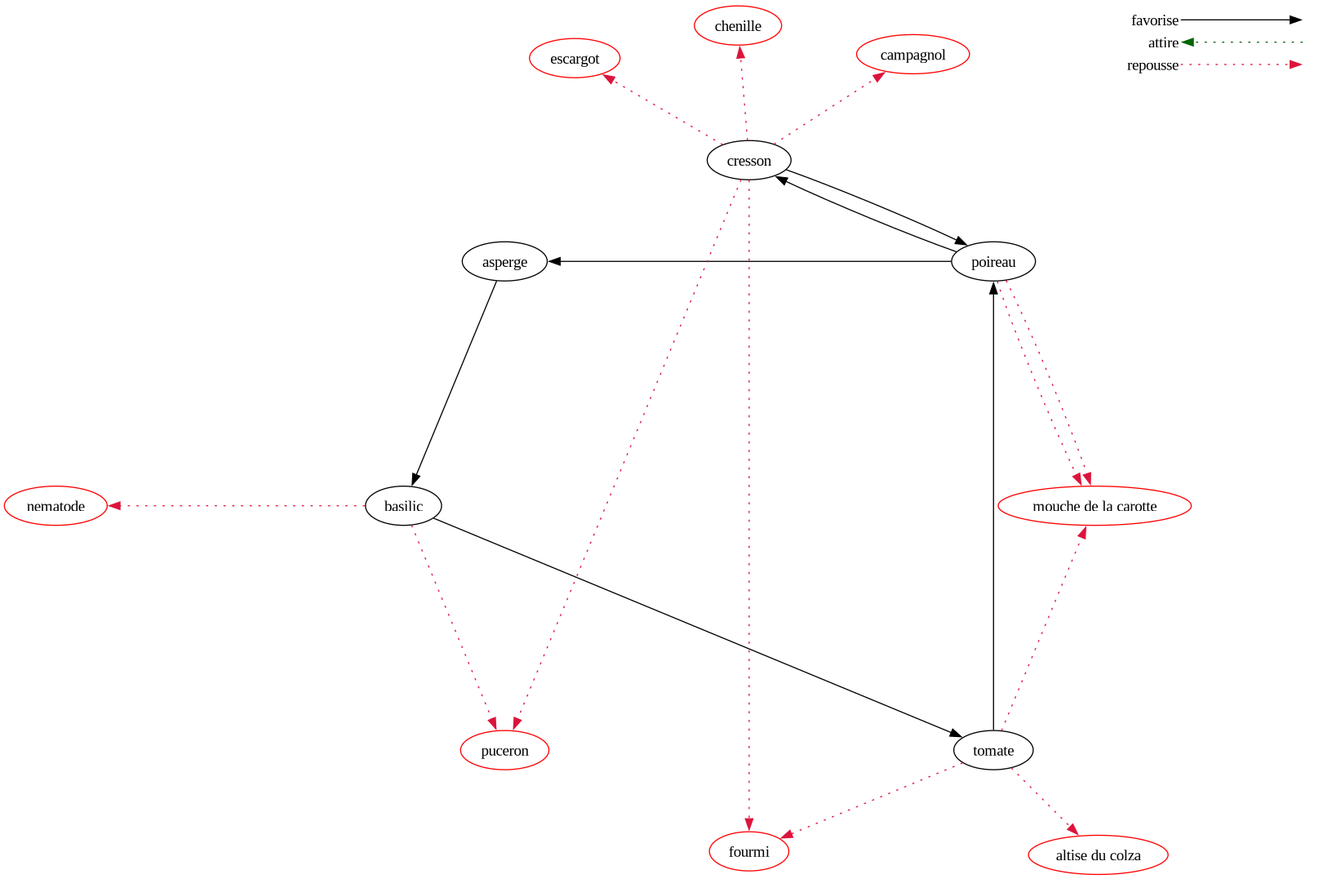
Earlier version of the Graphviz export graph/graph.dot.png (locherry/Jardin). Its source is kept beside it as graph/graph.dot.
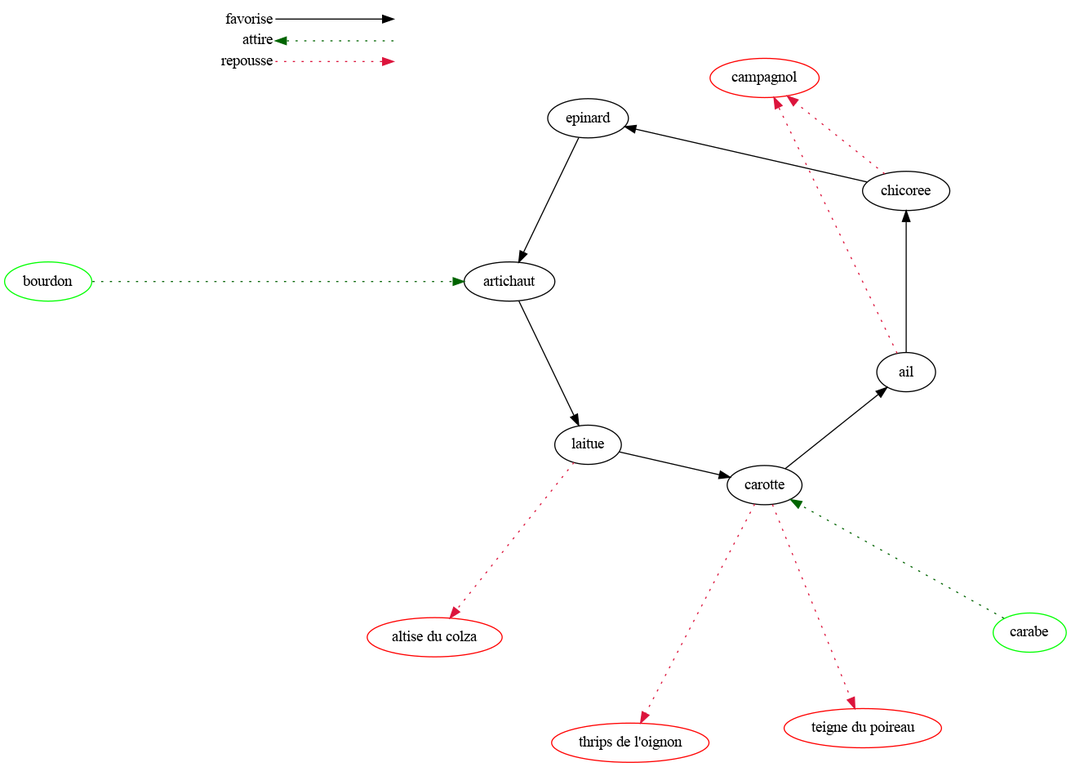
After the change.

Change to the diagram source:
```diff
@@ -1,34 +1,27 @@
 digraph {
     layout="circo"
     node [color = green]
+    "bourdon"
+    "carabe"
     node [color = red]
-    "nematode"
-    "puceron"
+    "campagnol"
     "altise du colza"
-    "fourmi"
-    "mouche de la carotte"
-    "campagnol"
-    "chenille"
-    "escargot"
+    "thrips de l'oignon"
+    "teigne du poireau"
     node [color = black]
-    "basilic" -> "tomate"
-    "tomate" -> "poireau"
-    "poireau" -> "cresson"
-    "cresson" -> "poireau"
-    "poireau" -> "asperge"
-    "asperge" -> "basilic"
-    "basilic" -> "nematode" [color=crimson, style=dotted]
-    "basilic" -> "puceron" [color=crimson, style=dotted]
-    "tomate" -> "altise du colza" [color=crimson, style=dotted]
-    "tomate" -> "fourmi" [color=crimson, style=dotted]
-    "tomate" -> "mouche de la carotte" [color=crimson, style=dotted]
-    "poireau" -> "mouche de la carotte" [color=crimson, style=dotted]
-    "cresson" -> "campagnol" [color=crimson, style=dotted]
-    "cresson" -> "puceron" [color=crimson, style=dotted]
-    "cresson" -> "chenille" [color=crimson, style=dotted]
-    "cresson" -> "fourmi" [color=crimson, style=dotted]
-    "cresson" -> "escargot" [color=crimson, style=dotted]
-    "poireau" -> "mouche de la carotte" [color=crimson, style=dotted]
+    "ail" -> "chicoree"
+    "chicoree" -> "epinard"
+    "epinard" -> "artichaut"
+    "artichaut" -> "laitue"
+    "laitue" -> "carotte"
+    "carotte" -> "ail"
+    "ail" -> "campagnol" [color=crimson, style=dotted]
+    "chicoree" -> "campagnol" [color=crimson, style=dotted]
+    "laitue" -> "altise du colza" [color=crimson, style=dotted]
+    "carotte" -> "thrips de l'oignon" [color=crimson, style=dotted]
+    "carotte" -> "teigne du poireau" [color=crimson, style=dotted]
+    "bourdon" -> "artichaut" [color=darkgreen, style=dotted]
+    "carabe" -> "carotte" [color=darkgreen, style=dotted]
 
     subgraph cluster_01 {
         node [shape=plaintext]
```
